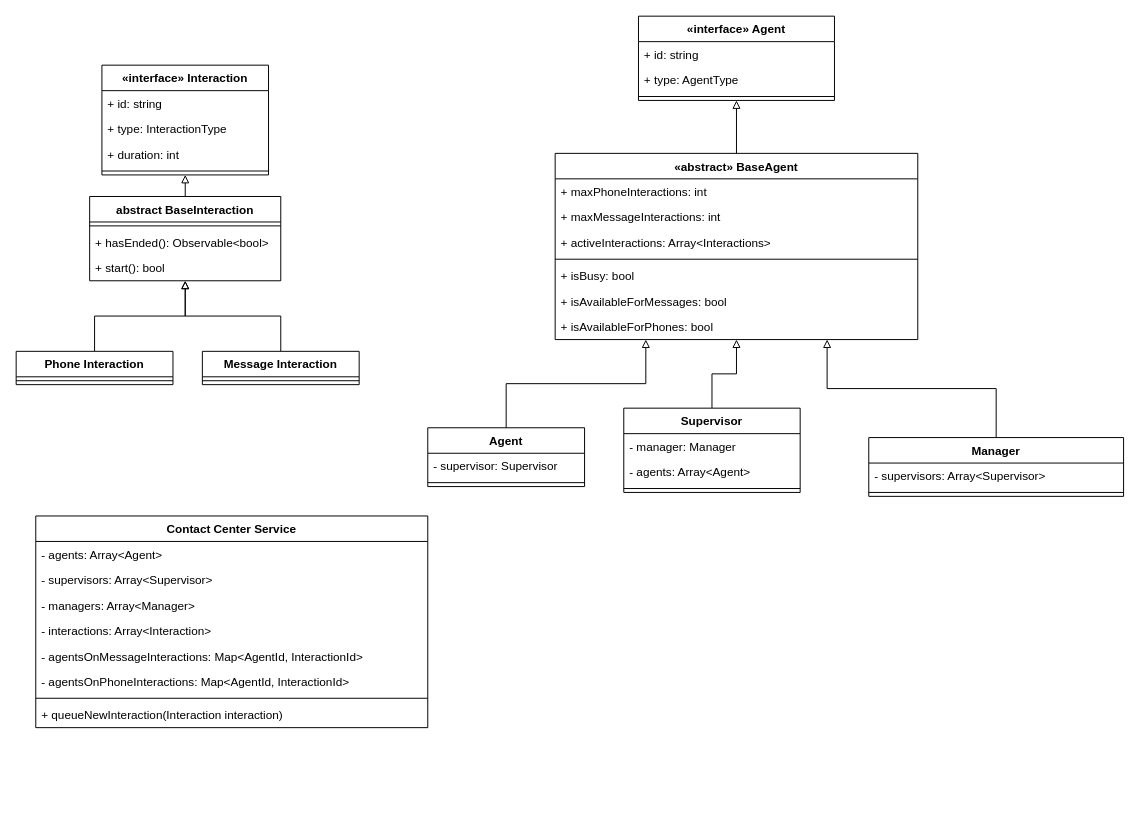
dvelluto/vonage-challenge keeps this draw.io diagram as page "Classes" (1 of 2) of Vonage-Challenge.drawio. Above is the earlier version. Source tidied: cells renumbered, new cells numbered last; positions are measured from the earlier drawing's top-left corner, leaving out a move shared by most shapes. Both pictures are drawn from the tidied source at 98%, with x=0, y=0 at pixel (16, 16).
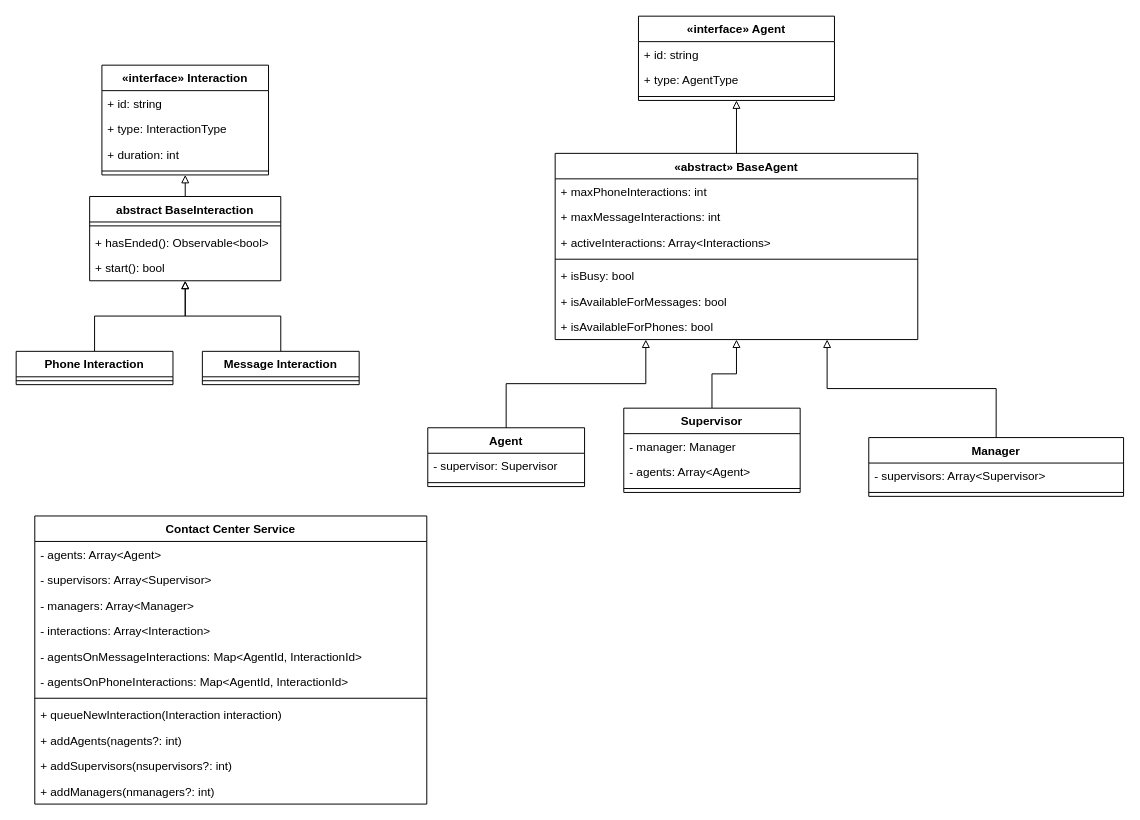
After the change.

Commit message (it also covers changes not shown here):
#11 : add methods for adding agents/supervisors and managers. Worked on diagram, service and tests.

What changed in the source:
```diff
@@
     <mxCell id="35" value="Contact Center Service" style="swimlane;fontStyle=1;align=center;verticalAlign=top;horizontal=1;startSize=26;" parent="1" vertex="1">
-      <mxGeometry x="20" y="510" width="400" height="216" as="geometry" />
+      <mxGeometry x="19" y="510" width="400" height="294" as="geometry" />
     </mxCell>
@@
+    <mxCell id="53" value="+ addAgents(nagents?: int)" style="text;strokeColor=none;fillColor=none;align=left;verticalAlign=top;spacingLeft=4;spacingRight=4;overflow=hidden;" parent="35" vertex="1">
+      <mxGeometry y="216" width="400" height="26" as="geometry" />
+    </mxCell>
+    <mxCell id="54" value="+ addSupervisors(nsupervisors?: int)" style="text;strokeColor=none;fillColor=none;align=left;verticalAlign=top;spacingLeft=4;spacingRight=4;overflow=hidden;" parent="35" vertex="1">
+      <mxGeometry y="242" width="400" height="26" as="geometry" />
+    </mxCell>
+    <mxCell id="55" value="+ addManagers(nmanagers?: int)" style="text;strokeColor=none;fillColor=none;align=left;verticalAlign=top;spacingLeft=4;spacingRight=4;overflow=hidden;" parent="35" vertex="1">
+      <mxGeometry y="268" width="400" height="26" as="geometry" />
+    </mxCell>
```
